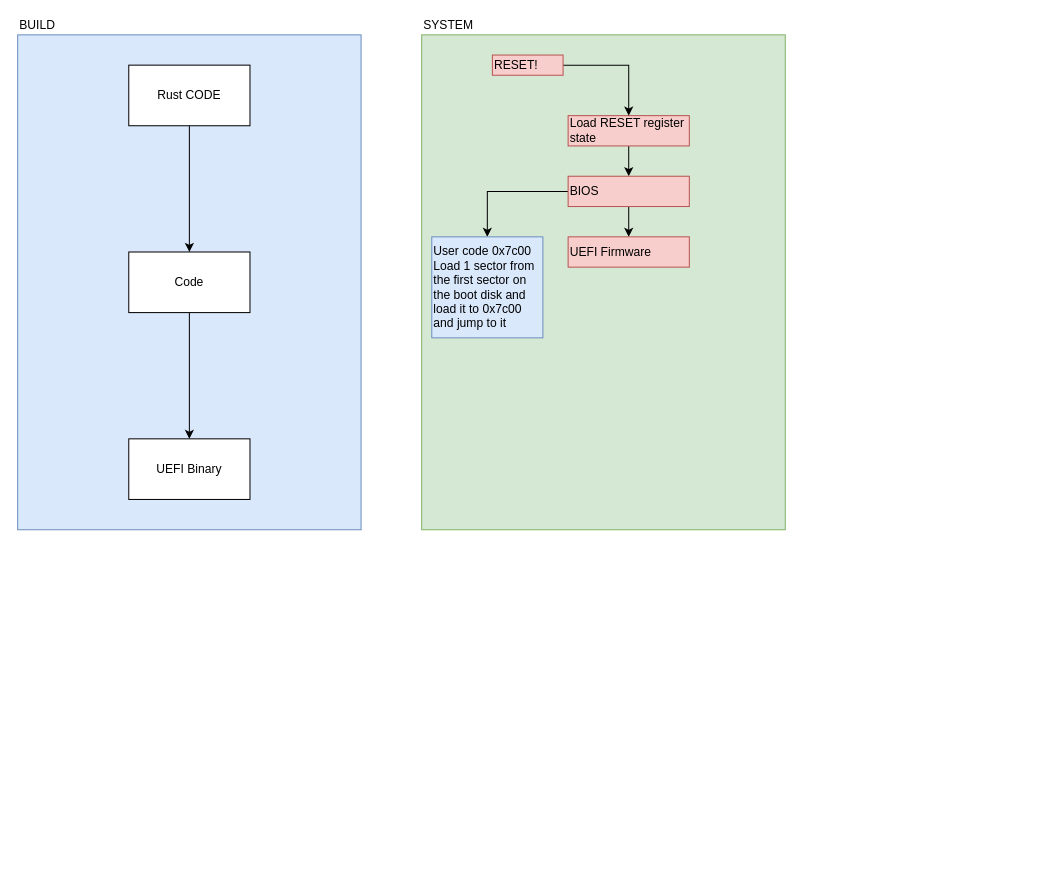
Earlier version of the draw.io diagram arch.drawio (rustatian/angry_os). Source tidied: cells renumbered, new cells numbered last; positions are measured from the earlier drawing's top-left corner, leaving out a move shared by most shapes. Both pictures are drawn from the tidied source at 101%, with x=0, y=0 at pixel (17, 34).
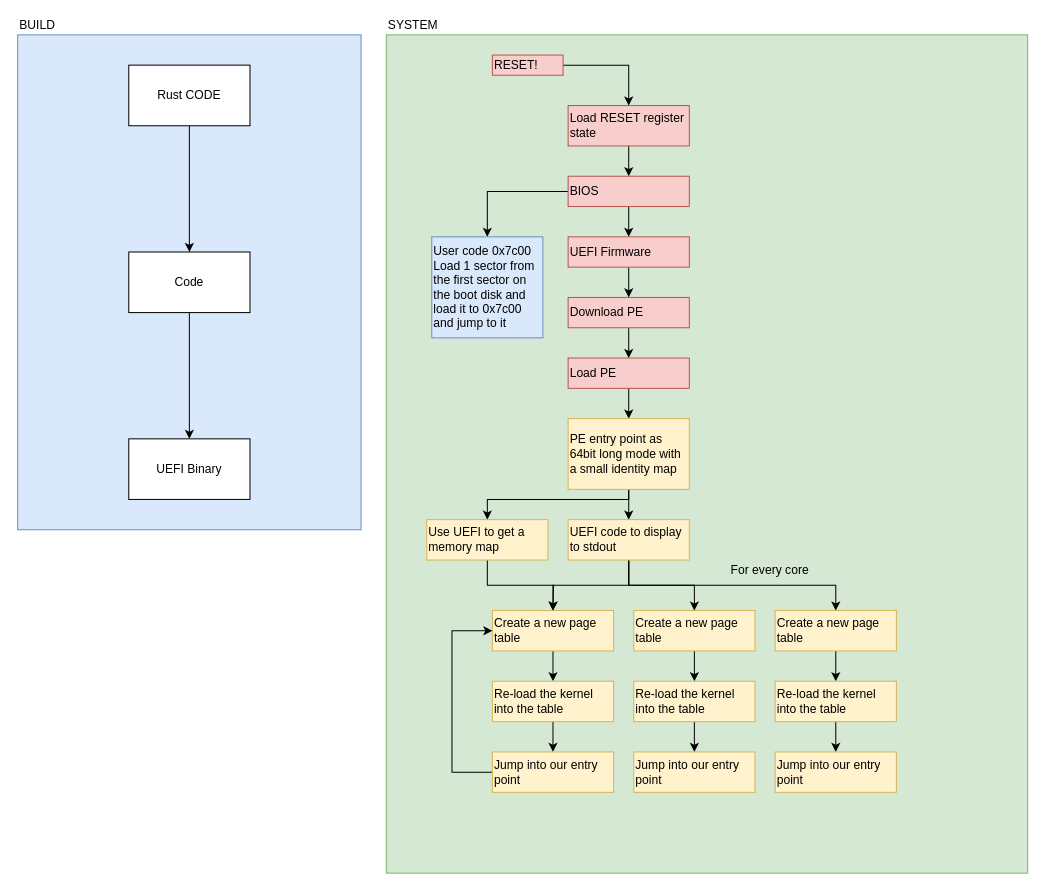
Above is the later version.

Unchanged cells that the change refers to:
```xml
<mxCell id="14" value="UEFI Firmware" style="rounded=0;whiteSpace=wrap;html=1;align=left;fillColor=#f8cecc;strokeColor=#b85450;" parent="1" vertex="1">
  <mxGeometry x="545" y="200" width="120" height="30" as="geometry" />
</mxCell>
```

What changed in the source:
```diff
@@
     <mxCell id="8" value="SYSTEM" style="rounded=0;whiteSpace=wrap;html=1;align=left;labelPosition=center;verticalLabelPosition=top;verticalAlign=bottom;fillColor=#d5e8d4;strokeColor=#82b366;" parent="1" vertex="1">
-      <mxGeometry x="400" width="360" height="490" as="geometry" />
+      <mxGeometry x="365" width="635" height="830" as="geometry" />
     </mxCell>
@@
     <mxCell id="10" value="Load RESET register state" style="rounded=0;whiteSpace=wrap;html=1;align=left;fillColor=#f8cecc;strokeColor=#b85450;" parent="1" vertex="1">
-      <mxGeometry x="545" y="80" width="120" height="30" as="geometry" />
+      <mxGeometry x="545" y="70" width="120" height="40" as="geometry" />
     </mxCell>
@@
+    <mxCell id="18" style="edgeStyle=orthogonalEdgeStyle;rounded=0;jettySize=auto;html=1;exitX=0.5;exitY=1;exitDx=0;exitDy=0;entryX=0.5;entryY=0;entryDx=0;entryDy=0;fontColor=#000000;" parent="1" edge="1" source="14" target="20">
+      <mxGeometry relative="1" as="geometry" />
+    </mxCell>
@@
+    <mxCell id="19" style="edgeStyle=orthogonalEdgeStyle;rounded=0;jettySize=auto;html=1;exitX=0.5;exitY=1;exitDx=0;exitDy=0;entryX=0.5;entryY=0;entryDx=0;entryDy=0;fontColor=#000000;" parent="1" edge="1" source="20" target="22">
+      <mxGeometry relative="1" as="geometry" />
+    </mxCell>
+    <mxCell id="20" value="Download PE" style="rounded=0;whiteSpace=wrap;html=1;align=left;fillColor=#f8cecc;strokeColor=#b85450;" parent="1" vertex="1">
+      <mxGeometry x="545" y="260" width="120" height="30" as="geometry" />
+    </mxCell>
+    <mxCell id="21" style="edgeStyle=orthogonalEdgeStyle;rounded=0;jettySize=auto;html=1;exitX=0.5;exitY=1;exitDx=0;exitDy=0;entryX=0.5;entryY=0;entryDx=0;entryDy=0;fontColor=#000000;" parent="1" edge="1" source="22" target="25">
+      <mxGeometry relative="1" as="geometry" />
+    </mxCell>
+    <mxCell id="22" value="Load PE" style="rounded=0;whiteSpace=wrap;html=1;align=left;fillColor=#f8cecc;strokeColor=#b85450;" parent="1" vertex="1">
+      <mxGeometry x="545" y="320" width="120" height="30" as="geometry" />
+    </mxCell>
+    <mxCell id="23" style="edgeStyle=orthogonalEdgeStyle;rounded=0;jettySize=auto;html=1;exitX=0.5;exitY=1;exitDx=0;exitDy=0;entryX=0.5;entryY=0;entryDx=0;entryDy=0;fontColor=#000000;" parent="1" edge="1" source="25" target="29">
+      <mxGeometry relative="1" as="geometry" />
+    </mxCell>
+    <mxCell id="24" style="edgeStyle=orthogonalEdgeStyle;rounded=0;jettySize=auto;html=1;exitX=0.5;exitY=1;exitDx=0;exitDy=0;entryX=0.5;entryY=0;entryDx=0;entryDy=0;fontColor=#000000;" parent="1" edge="1" source="25" target="31">
+      <mxGeometry relative="1" as="geometry">
+        <Array as="points">
+          <mxPoint x="605" y="460" />
+          <mxPoint x="465" y="460" />
+        </Array>
+      </mxGeometry>
+    </mxCell>
+    <mxCell id="25" value="PE entry point as 64bit long mode with a small identity map" style="rounded=0;whiteSpace=wrap;html=1;align=left;fillColor=#fff2cc;strokeColor=#d6b656;" parent="1" vertex="1">
+      <mxGeometry x="545" y="380" width="120" height="70" as="geometry" />
+    </mxCell>
+    <mxCell id="26" style="edgeStyle=orthogonalEdgeStyle;rounded=0;jettySize=auto;html=1;exitX=0.5;exitY=1;exitDx=0;exitDy=0;entryX=0.5;entryY=0;entryDx=0;entryDy=0;fontColor=#000000;" parent="1" edge="1" source="29" target="33">
+      <mxGeometry relative="1" as="geometry" />
+    </mxCell>
+    <mxCell id="27" style="edgeStyle=orthogonalEdgeStyle;rounded=0;jettySize=auto;html=1;exitX=0.5;exitY=1;exitDx=0;exitDy=0;entryX=0.5;entryY=0;entryDx=0;entryDy=0;fontColor=#000000;" parent="1" edge="1" source="29" target="39">
+      <mxGeometry relative="1" as="geometry" />
+    </mxCell>
+    <mxCell id="28" style="edgeStyle=orthogonalEdgeStyle;rounded=0;jettySize=auto;html=1;exitX=0.5;exitY=1;exitDx=0;exitDy=0;entryX=0.5;entryY=0;entryDx=0;entryDy=0;fontColor=#000000;" parent="1" edge="1" source="29" target="44">
+      <mxGeometry relative="1" as="geometry" />
+    </mxCell>
+    <mxCell id="29" value="UEFI code to display to stdout" style="rounded=0;whiteSpace=wrap;html=1;align=left;fillColor=#fff2cc;strokeColor=#d6b656;" parent="1" vertex="1">
+      <mxGeometry x="545" y="480" width="120" height="40" as="geometry" />
+    </mxCell>
+    <mxCell id="30" style="edgeStyle=orthogonalEdgeStyle;rounded=0;jettySize=auto;html=1;exitX=0.5;exitY=1;exitDx=0;exitDy=0;fontColor=#000000;" parent="1" edge="1" source="31">
+      <mxGeometry relative="1" as="geometry">
+        <mxPoint x="530" y="570" as="targetPoint" />
+      </mxGeometry>
+    </mxCell>
+    <mxCell id="31" value="Use UEFI to get a memory map" style="rounded=0;whiteSpace=wrap;html=1;align=left;fillColor=#fff2cc;strokeColor=#d6b656;" parent="1" vertex="1">
+      <mxGeometry x="405" y="480" width="120" height="40" as="geometry" />
+    </mxCell>
+    <mxCell id="32" style="edgeStyle=orthogonalEdgeStyle;rounded=0;jettySize=auto;html=1;exitX=0.5;exitY=1;exitDx=0;exitDy=0;entryX=0.5;entryY=0;entryDx=0;entryDy=0;fontColor=#000000;" parent="1" edge="1" source="33" target="35">
+      <mxGeometry relative="1" as="geometry" />
+    </mxCell>
+    <mxCell id="33" value="Create a new page table" style="rounded=0;whiteSpace=wrap;html=1;align=left;fillColor=#fff2cc;strokeColor=#d6b656;" parent="1" vertex="1">
+      <mxGeometry x="470" y="570" width="120" height="40" as="geometry" />
+    </mxCell>
+    <mxCell id="34" style="edgeStyle=orthogonalEdgeStyle;rounded=0;jettySize=auto;html=1;exitX=0.5;exitY=1;exitDx=0;exitDy=0;entryX=0.5;entryY=0;entryDx=0;entryDy=0;fontColor=#000000;" parent="1" edge="1" source="35" target="37">
+      <mxGeometry relative="1" as="geometry" />
+    </mxCell>
+    <mxCell id="35" value="Re-load the kernel into the table" style="rounded=0;whiteSpace=wrap;html=1;align=left;fillColor=#fff2cc;strokeColor=#d6b656;" parent="1" vertex="1">
+      <mxGeometry x="470" y="640" width="120" height="40" as="geometry" />
+    </mxCell>
+    <mxCell id="36" style="edgeStyle=orthogonalEdgeStyle;rounded=0;jettySize=auto;html=1;exitX=0;exitY=0.5;exitDx=0;exitDy=0;entryX=0;entryY=0.5;entryDx=0;entryDy=0;fontColor=#000000;" parent="1" edge="1" source="37" target="33">
+      <mxGeometry relative="1" as="geometry">
+        <Array as="points">
+          <mxPoint x="430" y="730" />
+          <mxPoint x="430" y="590" />
+        </Array>
+      </mxGeometry>
+    </mxCell>
+    <mxCell id="37" value="Jump into our entry point" style="rounded=0;whiteSpace=wrap;html=1;align=left;fillColor=#fff2cc;strokeColor=#d6b656;" parent="1" vertex="1">
+      <mxGeometry x="470" y="710" width="120" height="40" as="geometry" />
+    </mxCell>
+    <mxCell id="38" style="edgeStyle=orthogonalEdgeStyle;rounded=0;jettySize=auto;html=1;exitX=0.5;exitY=1;exitDx=0;exitDy=0;entryX=0.5;entryY=0;entryDx=0;entryDy=0;fontColor=#000000;" parent="1" edge="1" source="39" target="41">
+      <mxGeometry relative="1" as="geometry" />
+    </mxCell>
+    <mxCell id="39" value="Create a new page table" style="rounded=0;whiteSpace=wrap;html=1;align=left;fillColor=#fff2cc;strokeColor=#d6b656;" parent="1" vertex="1">
+      <mxGeometry x="610" y="570" width="120" height="40" as="geometry" />
+    </mxCell>
+    <mxCell id="40" style="edgeStyle=orthogonalEdgeStyle;rounded=0;jettySize=auto;html=1;exitX=0.5;exitY=1;exitDx=0;exitDy=0;entryX=0.5;entryY=0;entryDx=0;entryDy=0;fontColor=#000000;" parent="1" edge="1" source="41" target="42">
+      <mxGeometry relative="1" as="geometry" />
+    </mxCell>
+    <mxCell id="41" value="Re-load the kernel into the table" style="rounded=0;whiteSpace=wrap;html=1;align=left;fillColor=#fff2cc;strokeColor=#d6b656;" parent="1" vertex="1">
+      <mxGeometry x="610" y="640" width="120" height="40" as="geometry" />
+    </mxCell>
+    <mxCell id="42" value="Jump into our entry point" style="rounded=0;whiteSpace=wrap;html=1;align=left;fillColor=#fff2cc;strokeColor=#d6b656;" parent="1" vertex="1">
+      <mxGeometry x="610" y="710" width="120" height="40" as="geometry" />
+    </mxCell>
+    <mxCell id="43" style="edgeStyle=orthogonalEdgeStyle;rounded=0;jettySize=auto;html=1;exitX=0.5;exitY=1;exitDx=0;exitDy=0;entryX=0.5;entryY=0;entryDx=0;entryDy=0;fontColor=#000000;" parent="1" edge="1" source="44" target="46">
+      <mxGeometry relative="1" as="geometry" />
+    </mxCell>
+    <mxCell id="44" value="Create a new page table" style="rounded=0;whiteSpace=wrap;html=1;align=left;fillColor=#fff2cc;strokeColor=#d6b656;" parent="1" vertex="1">
+      <mxGeometry x="750" y="570" width="120" height="40" as="geometry" />
+    </mxCell>
+    <mxCell id="45" style="edgeStyle=orthogonalEdgeStyle;rounded=0;jettySize=auto;html=1;exitX=0.5;exitY=1;exitDx=0;exitDy=0;entryX=0.5;entryY=0;entryDx=0;entryDy=0;fontColor=#000000;" parent="1" edge="1" source="46" target="47">
+      <mxGeometry relative="1" as="geometry" />
+    </mxCell>
+    <mxCell id="46" value="Re-load the kernel into the table" style="rounded=0;whiteSpace=wrap;html=1;align=left;fillColor=#fff2cc;strokeColor=#d6b656;" parent="1" vertex="1">
+      <mxGeometry x="750" y="640" width="120" height="40" as="geometry" />
+    </mxCell>
+    <mxCell id="47" value="Jump into our entry point" style="rounded=0;whiteSpace=wrap;html=1;align=left;fillColor=#fff2cc;strokeColor=#d6b656;" parent="1" vertex="1">
+      <mxGeometry x="750" y="710" width="120" height="40" as="geometry" />
+    </mxCell>
+    <mxCell id="48" value="For every core" style="text;html=1;strokeColor=none;fillColor=none;align=center;verticalAlign=middle;whiteSpace=wrap;rounded=0;fontColor=#000000;" parent="1" vertex="1">
+      <mxGeometry x="680" y="520" width="130" height="20" as="geometry" />
+    </mxCell>
```
